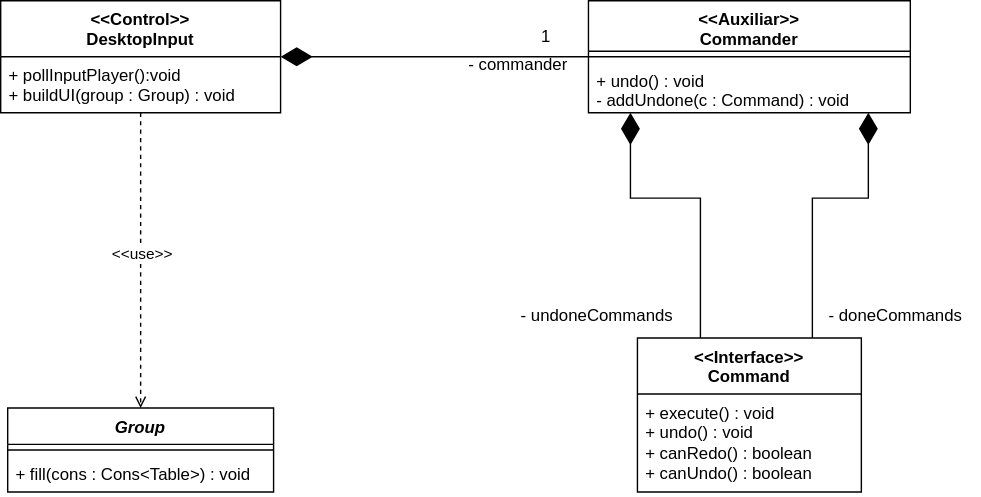
gabits17/Mindustry-Add-ons-SE-Project keeps this draw.io diagram as SE202526/Milestone3/UserStory1/Assets/UndoClass.drawio.svg. Above is the earlier version. Source tidied: cells renumbered, new cells last; positions are measured from the earlier drawing's top-left corner, leaving out a move shared by most shapes.
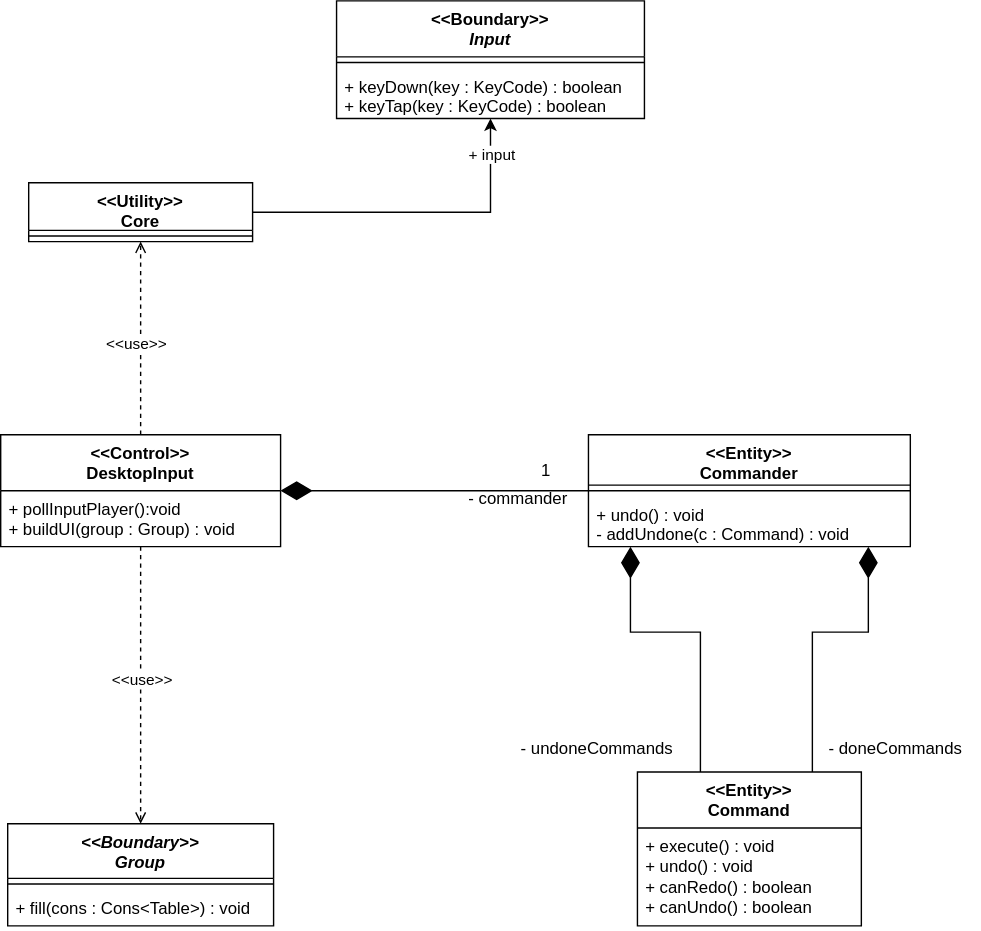
After the commit.

Commit message:
All the class diagrams where changed based on the feedback given by the professor

Change to the diagram source:
```diff
@@ -5,7 +5,7 @@
     <mxCell id="2" style="edgeStyle=orthogonalEdgeStyle;rounded=0;jettySize=auto;html=1;endArrow=diamondThin;endFill=1;endSize=20;" parent="1" edge="1" source="3" target="15">
       <mxGeometry relative="1" as="geometry" />
     </mxCell>
-    <mxCell id="3" value="&lt;div&gt;&amp;lt;&amp;lt;Auxiliar&amp;gt;&amp;gt;&lt;/div&gt;&lt;div&gt;Commander&lt;/div&gt;" style="swimlane;fontStyle=1;align=center;verticalAlign=top;horizontal=1;startSize=36;whiteSpace=wrap;html=1;" parent="1" vertex="1">
+    <mxCell id="3" value="&lt;div&gt;&amp;lt;&amp;lt;Entity&amp;gt;&amp;gt;&lt;/div&gt;&lt;div&gt;Commander&lt;/div&gt;" style="swimlane;fontStyle=1;align=center;verticalAlign=top;horizontal=1;startSize=36;whiteSpace=wrap;html=1;" parent="1" vertex="1">
       <mxGeometry x="420" width="230" height="80" as="geometry" />
     </mxCell>
     <mxCell id="4" style="line;strokeWidth=1;fillColor=none;align=left;verticalAlign=middle;spacingTop=-1;spacingLeft=3;spacingRight=3;labelPosition=right;strokeColor=inherit;" parent="3" vertex="1">
@@ -33,7 +33,7 @@
         </Array>
       </mxGeometry>
     </mxCell>
-    <mxCell id="9" value="&lt;div&gt;&amp;lt;&amp;lt;Interface&amp;gt;&amp;gt;&lt;/div&gt;&lt;div&gt;Command&lt;/div&gt;" style="swimlane;fontStyle=1;align=center;verticalAlign=top;horizontal=1;startSize=40;whiteSpace=wrap;html=1;" parent="1" vertex="1">
+    <mxCell id="9" value="&lt;div&gt;&amp;lt;&amp;lt;Entity&amp;gt;&amp;gt;&lt;/div&gt;&lt;div&gt;Command&lt;/div&gt;" style="swimlane;fontStyle=1;align=center;verticalAlign=top;horizontal=1;startSize=40;whiteSpace=wrap;html=1;" parent="1" vertex="1">
       <mxGeometry x="455" y="241" width="160" height="110" as="geometry" />
     </mxCell>
     <mxCell id="10" value="&lt;div&gt;+ execute() : void&lt;/div&gt;&lt;div&gt;+ undo() : void&lt;/div&gt;&lt;div&gt;+ canRedo() : boolean&lt;/div&gt;&lt;div&gt;+ canUndo() : boolean&lt;/div&gt;" style="text;strokeColor=none;fillColor=none;align=left;verticalAlign=top;spacingLeft=4;spacingRight=4;overflow=hidden;whiteSpace=wrap;html=1;" parent="9" vertex="1">
@@ -59,17 +59,46 @@
     <mxCell id="16" value="&lt;div&gt;+ pollInputPlayer():void&lt;/div&gt;&lt;div&gt;+ buildUI(group : Group) : void&lt;/div&gt;" style="text;strokeColor=none;fillColor=none;align=left;verticalAlign=top;spacingLeft=4;spacingRight=4;overflow=hidden;whiteSpace=wrap;html=1;" parent="15" vertex="1">
       <mxGeometry y="40" width="200" height="40" as="geometry" />
     </mxCell>
-    <mxCell id="17" value="&lt;i&gt;Group&lt;/i&gt;" style="swimlane;fontStyle=1;align=center;verticalAlign=top;horizontal=1;startSize=26;whiteSpace=wrap;html=1;" parent="1" vertex="1">
-      <mxGeometry x="5" y="291" width="190" height="60" as="geometry" />
+    <mxCell id="17" value="&lt;i&gt;&amp;lt;&amp;lt;Boundary&amp;gt;&amp;gt;&lt;/i&gt;&lt;div&gt;&lt;i&gt;Group&lt;/i&gt;&lt;/div&gt;" style="swimlane;fontStyle=1;align=center;verticalAlign=top;horizontal=1;startSize=39;whiteSpace=wrap;html=1;" parent="1" vertex="1">
+      <mxGeometry x="5" y="278" width="190" height="73" as="geometry" />
     </mxCell>
     <mxCell id="18" style="line;strokeWidth=1;fillColor=none;align=left;verticalAlign=middle;spacingTop=-1;spacingLeft=3;spacingRight=3;labelPosition=right;strokeColor=inherit;" parent="17" vertex="1">
-      <mxGeometry y="26" width="190" height="8" as="geometry" />
+      <mxGeometry y="39" width="190" height="8" as="geometry" />
     </mxCell>
     <mxCell id="19" value="+ fill(cons : Cons&amp;lt;Table&amp;gt;) : void" style="text;strokeColor=none;fillColor=none;align=left;verticalAlign=top;spacingLeft=4;spacingRight=4;overflow=hidden;whiteSpace=wrap;html=1;" parent="17" vertex="1">
-      <mxGeometry y="34" width="190" height="26" as="geometry" />
+      <mxGeometry y="47" width="190" height="26" as="geometry" />
     </mxCell>
     <mxCell id="20" value="1" style="text;html=1;whiteSpace=wrap;strokeColor=none;fillColor=none;align=center;verticalAlign=middle;rounded=0;" parent="1" vertex="1">
       <mxGeometry x="360" y="11" width="60" height="30" as="geometry" />
     </mxCell>
+    <mxCell id="21" style="edgeStyle=orthogonalEdgeStyle;rounded=0;jettySize=auto;html=1;" parent="1" edge="1" source="23" target="27">
+      <mxGeometry relative="1" as="geometry" />
+    </mxCell>
+    <mxCell id="22" value="+ input" style="edgeLabel;html=1;align=center;verticalAlign=middle;" parent="21" vertex="1">
+      <mxGeometry x="0.79" relative="1" as="geometry" />
+    </mxCell>
+    <mxCell id="23" value="&lt;div&gt;&amp;lt;&amp;lt;Utility&amp;gt;&amp;gt;&lt;/div&gt;&lt;div&gt;Core&lt;/div&gt;" style="swimlane;fontStyle=1;align=center;verticalAlign=top;horizontal=1;startSize=34;whiteSpace=wrap;html=1;" parent="1" vertex="1">
+      <mxGeometry x="20" y="-180" width="160" height="42" as="geometry" />
+    </mxCell>
+    <mxCell id="24" style="line;strokeWidth=1;fillColor=none;align=left;verticalAlign=middle;spacingTop=-1;spacingLeft=3;spacingRight=3;labelPosition=right;strokeColor=inherit;" parent="23" vertex="1">
+      <mxGeometry y="34" width="160" height="8" as="geometry" />
+    </mxCell>
+    <mxCell id="25" style="edgeStyle=orthogonalEdgeStyle;rounded=0;jettySize=auto;html=1;dashed=1;endArrow=open;endFill=0;" parent="1" edge="1" source="15" target="23">
+      <mxGeometry relative="1" as="geometry" />
+    </mxCell>
+    <mxCell id="26" value="&amp;lt;&amp;lt;use&amp;gt;&amp;gt;" style="edgeLabel;html=1;align=center;verticalAlign=middle;" parent="25" vertex="1">
+      <mxGeometry x="-0.05" y="2" relative="1" as="geometry">
+        <mxPoint x="-2" as="offset" />
+      </mxGeometry>
+    </mxCell>
+    <mxCell id="27" value="&amp;lt;&amp;lt;Boundary&amp;gt;&amp;gt;&lt;div&gt;&lt;i&gt;Input&lt;/i&gt;&lt;/div&gt;" style="swimlane;fontStyle=1;align=center;verticalAlign=top;horizontal=1;startSize=40;whiteSpace=wrap;html=1;" parent="1" vertex="1">
+      <mxGeometry x="240" y="-310" width="220" height="84" as="geometry" />
+    </mxCell>
+    <mxCell id="28" style="line;strokeWidth=1;fillColor=none;align=left;verticalAlign=middle;spacingTop=-1;spacingLeft=3;spacingRight=3;labelPosition=right;strokeColor=inherit;" parent="27" vertex="1">
+      <mxGeometry y="40" width="220" height="8" as="geometry" />
+    </mxCell>
+    <mxCell id="29" value="&lt;div&gt;+ keyDown(key : KeyCode) : boolean&lt;/div&gt;&lt;div&gt;+ keyTap(key : KeyCode) : boolean&lt;/div&gt;" style="text;strokeColor=none;fillColor=none;align=left;verticalAlign=top;spacingLeft=4;spacingRight=4;overflow=hidden;whiteSpace=wrap;html=1;" parent="27" vertex="1">
+      <mxGeometry y="48" width="220" height="36" as="geometry" />
+    </mxCell>
   </root>
 </mxGraphModel>
```
